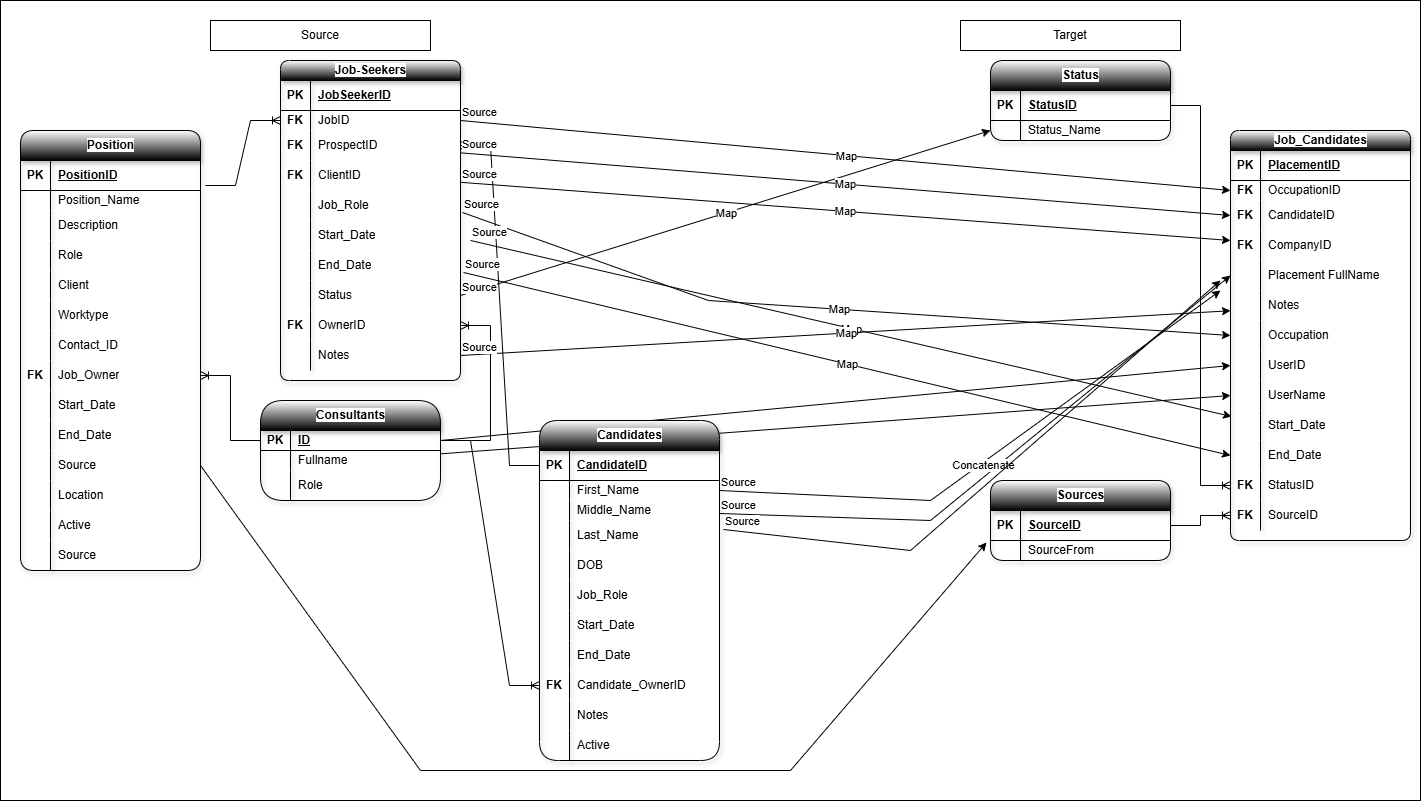
Before: SQL Mapping.drawio.png, a diagram exported from draw.io (NayaDamptey/SQL-Data-Mapping-MetaData-Query). Source tidied: cells renumbered, new cells last; positions are measured from the earlier drawing's top-left corner, leaving out a move shared by most shapes.
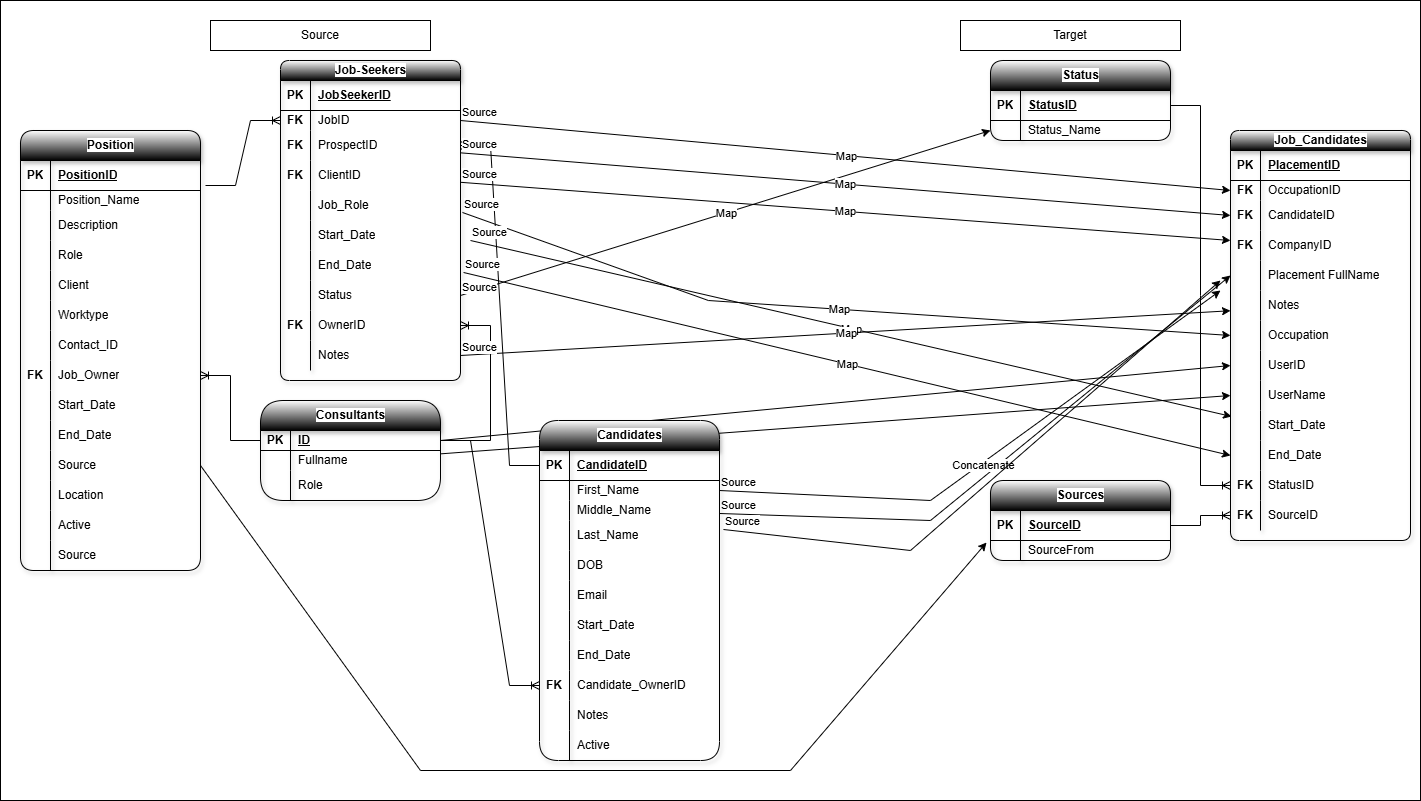
Later version of the same file.

The edit, as a diff of the source:
```diff
@@ -691,7 +691,7 @@
     <mxCell id="204" style="shape=partialRectangle;fillColor=none;top=0;left=0;bottom=0;right=0;overflow=hidden;whiteSpace=wrap;html=1;" parent="203" vertex="1">
       <mxGeometry width="30" height="30" as="geometry" />
     </mxCell>
-    <mxCell id="205" value="Job_Role" style="shape=partialRectangle;fillColor=none;top=0;left=0;bottom=0;right=0;align=left;spacingLeft=6;overflow=hidden;whiteSpace=wrap;html=1;" parent="203" vertex="1">
+    <mxCell id="205" value="Email" style="shape=partialRectangle;fillColor=none;top=0;left=0;bottom=0;right=0;align=left;spacingLeft=6;overflow=hidden;whiteSpace=wrap;html=1;" parent="203" vertex="1">
       <mxGeometry x="30" width="150" height="30" as="geometry" />
     </mxCell>
     <mxCell id="206" style="shape=tableRow;horizontal=0;startSize=0;swimlaneHead=0;swimlaneBody=0;fillColor=none;top=0;left=0;right=0;bottom=0;" parent="187" vertex="1">
```
